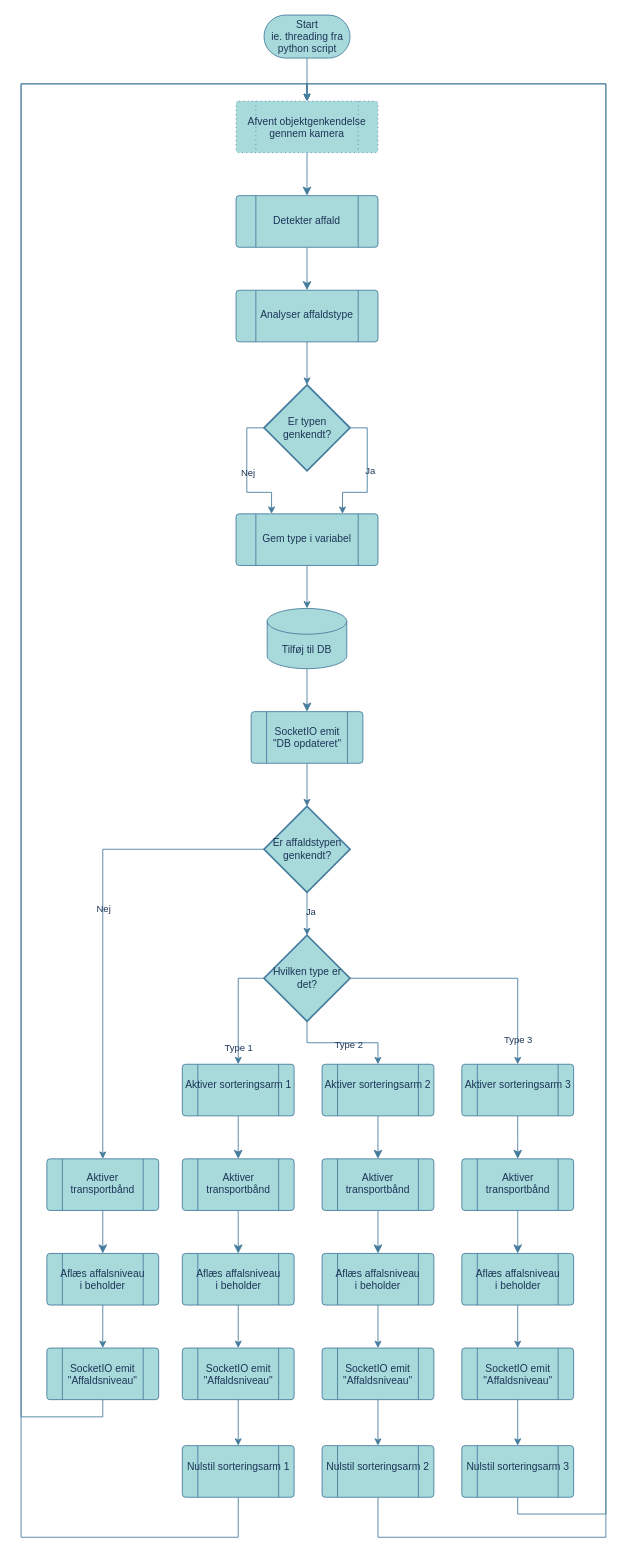
The draw.io diagram hardware.drawio in KEA-F25-B8-IoT2/SAAS, before the edit. Source tidied: cells renumbered, new cells numbered last; positions are measured from the earlier drawing's top-left corner, leaving out a move shared by most shapes. Both pictures are drawn from the tidied source at 86%, with x=0, y=0 at pixel (21, 15).
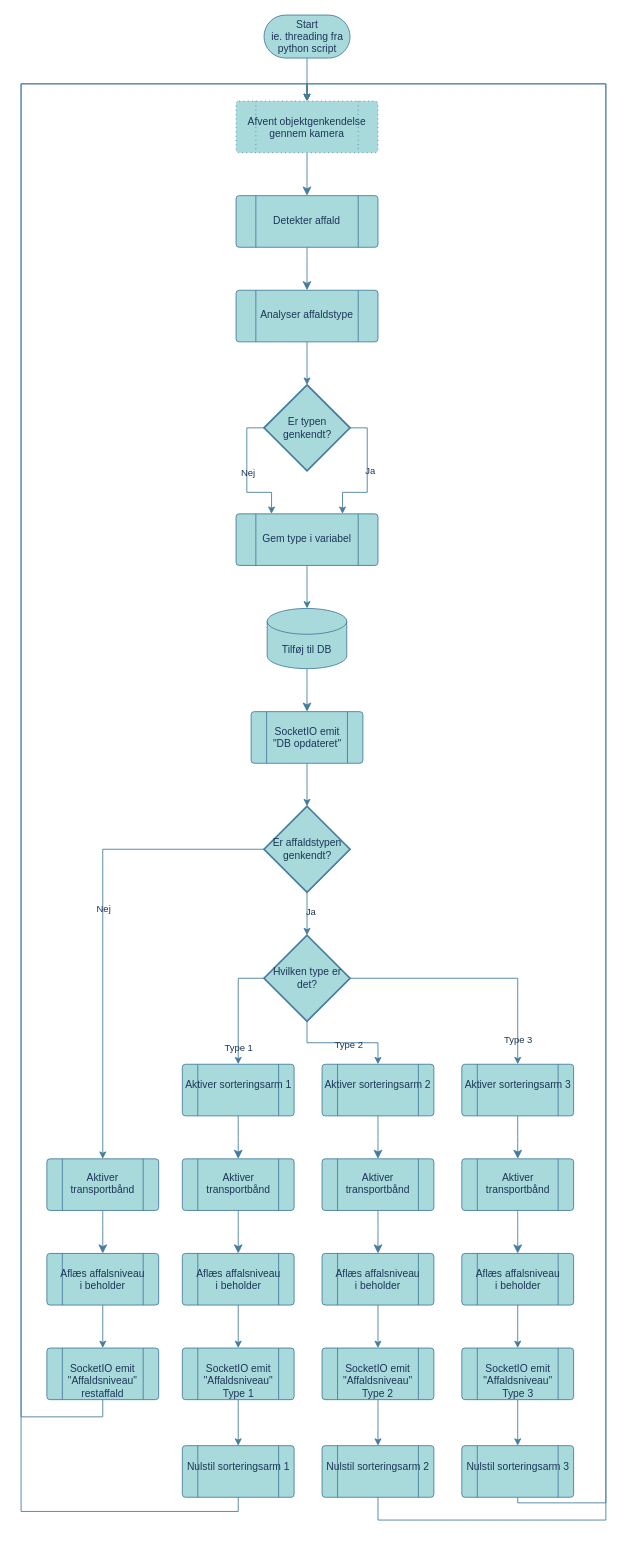
The same page after the edit.

The change refers to these unchanged cells:
```xml
<mxCell id="5" value="Afvent objektgenkendelse&lt;br&gt;gennem kamera" style="verticalLabelPosition=bottom;verticalAlign=top;html=1;shape=process;whiteSpace=wrap;rounded=1;size=0.14;arcSize=6;align=center;spacingTop=-50;strokeColor=#457B9D;dashed=1;dashPattern=1 4;labelBackgroundColor=none;fillColor=#A8DADC;fontColor=#1D3557;" parent="1" vertex="1">
  <mxGeometry x="250" y="100" width="165" height="60" as="geometry" />
</mxCell>
<mxCell id="64" value="Nulstil sorteringsarm 1" style="verticalLabelPosition=bottom;verticalAlign=top;html=1;shape=process;whiteSpace=wrap;rounded=1;size=0.14;arcSize=6;align=center;spacingTop=-50;labelBackgroundColor=none;fillColor=#A8DADC;strokeColor=#457B9D;fontColor=#1D3557;" parent="1" vertex="1">
  <mxGeometry x="187.5" y="1663.5" width="130" height="60" as="geometry" />
</mxCell>
<mxCell id="66" value="Nulstil sorteringsarm 2" style="verticalLabelPosition=bottom;verticalAlign=top;html=1;shape=process;whiteSpace=wrap;rounded=1;size=0.14;arcSize=6;align=center;spacingTop=-50;labelBackgroundColor=none;fillColor=#A8DADC;strokeColor=#457B9D;fontColor=#1D3557;" parent="1" vertex="1">
  <mxGeometry x="350" y="1663.5" width="130" height="60" as="geometry" />
</mxCell>
<mxCell id="68" value="Nulstil sorteringsarm 3" style="verticalLabelPosition=bottom;verticalAlign=top;html=1;shape=process;whiteSpace=wrap;rounded=1;size=0.14;arcSize=6;align=center;spacingTop=-50;labelBackgroundColor=none;fillColor=#A8DADC;strokeColor=#457B9D;fontColor=#1D3557;" parent="1" vertex="1">
  <mxGeometry x="512.5" y="1663.5" width="130" height="60" as="geometry" />
</mxCell>
```

What changed in the source:
```diff
@@
-    <mxCell id="32" value="SocketIO emit&lt;div&gt;&quot;Affaldsniveau&quot;&lt;/div&gt;" style="verticalLabelPosition=bottom;verticalAlign=top;html=1;shape=process;whiteSpace=wrap;rounded=1;size=0.14;arcSize=6;align=center;spacingTop=-50;labelBackgroundColor=none;fillColor=#A8DADC;strokeColor=#457B9D;fontColor=#1D3557;" parent="1" vertex="1">
+    <mxCell id="32" value="SocketIO emit&lt;div&gt;&quot;Affaldsniveau&quot;&lt;/div&gt;&lt;div&gt;Type 2&lt;/div&gt;" style="verticalLabelPosition=bottom;verticalAlign=top;html=1;shape=process;whiteSpace=wrap;rounded=1;size=0.14;arcSize=6;align=center;spacingTop=-50;labelBackgroundColor=none;fillColor=#A8DADC;strokeColor=#457B9D;fontColor=#1D3557;" parent="1" vertex="1">
       <mxGeometry x="350" y="1550" width="130" height="60" as="geometry" />
     </mxCell>
@@
-    <mxCell id="41" value="SocketIO emit&lt;div&gt;&quot;Affaldsniveau&quot;&lt;/div&gt;" style="verticalLabelPosition=bottom;verticalAlign=top;html=1;shape=process;whiteSpace=wrap;rounded=1;size=0.14;arcSize=6;align=center;spacingTop=-50;labelBackgroundColor=none;fillColor=#A8DADC;strokeColor=#457B9D;fontColor=#1D3557;" parent="1" vertex="1">
+    <mxCell id="41" value="SocketIO emit&lt;div&gt;&quot;Affaldsniveau&quot;&lt;/div&gt;&lt;div&gt;Type 3&lt;/div&gt;" style="verticalLabelPosition=bottom;verticalAlign=top;html=1;shape=process;whiteSpace=wrap;rounded=1;size=0.14;arcSize=6;align=center;spacingTop=-50;labelBackgroundColor=none;fillColor=#A8DADC;strokeColor=#457B9D;fontColor=#1D3557;" parent="1" vertex="1">
       <mxGeometry x="512.5" y="1550" width="130" height="60" as="geometry" />
     </mxCell>
@@
-    <mxCell id="49" value="SocketIO emit&lt;div&gt;&quot;Affaldsniveau&quot;&lt;/div&gt;" style="verticalLabelPosition=bottom;verticalAlign=top;html=1;shape=process;whiteSpace=wrap;rounded=1;size=0.14;arcSize=6;align=center;spacingTop=-50;labelBackgroundColor=none;fillColor=#A8DADC;strokeColor=#457B9D;fontColor=#1D3557;" parent="1" vertex="1">
+    <mxCell id="49" value="SocketIO emit&lt;div&gt;&quot;Affaldsniveau&quot;&lt;/div&gt;&lt;div&gt;Type 1&lt;/div&gt;" style="verticalLabelPosition=bottom;verticalAlign=top;html=1;shape=process;whiteSpace=wrap;rounded=1;size=0.14;arcSize=6;align=center;spacingTop=-50;labelBackgroundColor=none;fillColor=#A8DADC;strokeColor=#457B9D;fontColor=#1D3557;" parent="1" vertex="1">
       <mxGeometry x="187.5" y="1550" width="130" height="60" as="geometry" />
     </mxCell>
@@
-    <mxCell id="55" value="SocketIO emit&lt;div&gt;&quot;Affaldsniveau&quot;&lt;/div&gt;" style="verticalLabelPosition=bottom;verticalAlign=top;html=1;shape=process;whiteSpace=wrap;rounded=1;size=0.14;arcSize=6;align=center;spacingTop=-50;labelBackgroundColor=none;fillColor=#A8DADC;strokeColor=#457B9D;fontColor=#1D3557;" parent="1" vertex="1">
+    <mxCell id="55" value="SocketIO emit&lt;div&gt;&quot;Affaldsniveau&quot;&lt;/div&gt;&lt;div&gt;restaffald&lt;/div&gt;" style="verticalLabelPosition=bottom;verticalAlign=top;html=1;shape=process;whiteSpace=wrap;rounded=1;size=0.14;arcSize=6;align=center;spacingTop=-50;labelBackgroundColor=none;fillColor=#A8DADC;strokeColor=#457B9D;fontColor=#1D3557;" parent="1" vertex="1">
       <mxGeometry x="30" y="1550" width="130" height="60" as="geometry" />
     </mxCell>
@@
     <mxCell id="63" style="edgeStyle=orthogonalEdgeStyle;rounded=0;jettySize=auto;html=1;exitX=0.5;exitY=1;exitDx=0;exitDy=0;entryX=0.5;entryY=0;entryDx=0;entryDy=0;labelBackgroundColor=none;strokeColor=#457B9D;fontColor=default;" parent="1" edge="1" source="64" target="5">
       <mxGeometry relative="1" as="geometry">
         <Array as="points">
-          <mxPoint x="253" y="1770" />
-          <mxPoint y="1770" />
+          <mxPoint x="253" y="1740" />
+          <mxPoint y="1740" />
           <mxPoint y="80" />
           <mxPoint x="333" y="80" />
         </Array>
       </mxGeometry>
     </mxCell>
@@
     <mxCell id="65" style="edgeStyle=orthogonalEdgeStyle;rounded=0;jettySize=auto;html=1;exitX=0.5;exitY=1;exitDx=0;exitDy=0;entryX=0.5;entryY=0;entryDx=0;entryDy=0;labelBackgroundColor=none;strokeColor=#457B9D;fontColor=default;" parent="1" edge="1" source="66" target="5">
       <mxGeometry relative="1" as="geometry">
         <Array as="points">
-          <mxPoint x="415" y="1770" />
-          <mxPoint x="680" y="1770" />
+          <mxPoint x="415" y="1750" />
+          <mxPoint x="680" y="1750" />
           <mxPoint x="680" y="80" />
           <mxPoint x="333" y="80" />
         </Array>
       </mxGeometry>
     </mxCell>
@@
     <mxCell id="67" style="edgeStyle=orthogonalEdgeStyle;rounded=0;jettySize=auto;html=1;exitX=0.5;exitY=1;exitDx=0;exitDy=0;entryX=0.5;entryY=0;entryDx=0;entryDy=0;labelBackgroundColor=none;strokeColor=#457B9D;fontColor=default;" parent="1" edge="1" source="68" target="5">
       <mxGeometry relative="1" as="geometry">
         <Array as="points">
-          <mxPoint x="578" y="1743" />
-          <mxPoint x="680" y="1743" />
+          <mxPoint x="577" y="1730" />
+          <mxPoint x="680" y="1730" />
           <mxPoint x="680" y="80" />
           <mxPoint x="333" y="80" />
         </Array>
       </mxGeometry>
     </mxCell>
```
